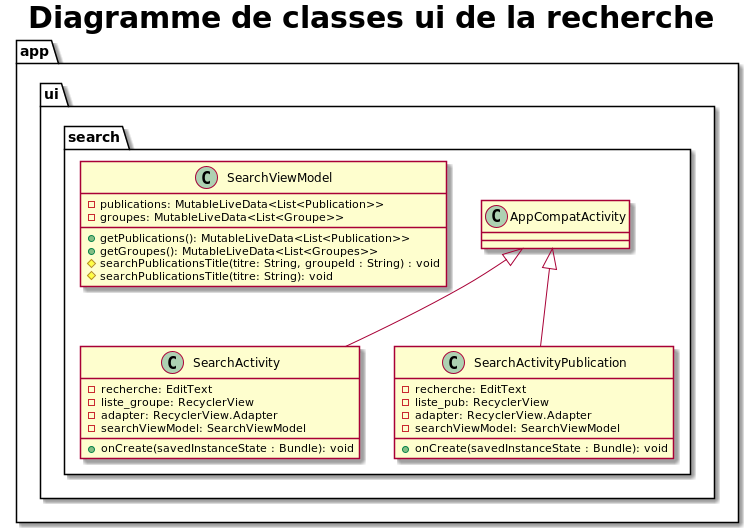
Before: app/docs/asciidoc/images/modelui.png, a diagram exported from PlantUML (SefkanTas/Sonofy).
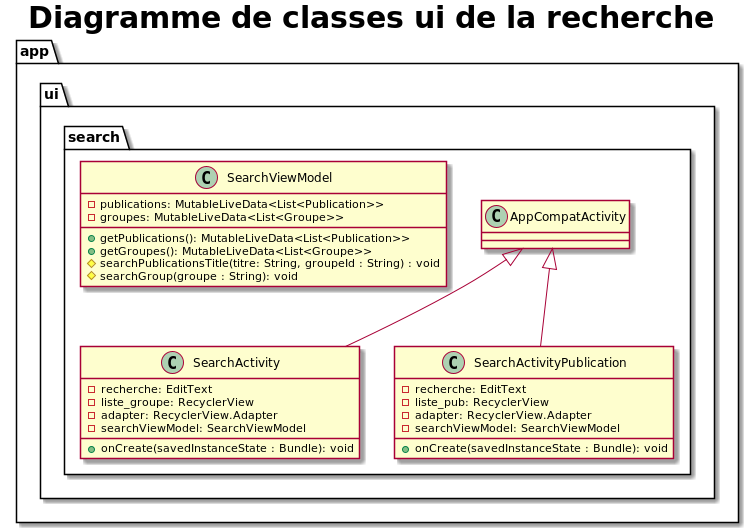
The same diagram one commit later.

The edit, as a diff of the source:
```diff
@@ -29,9 +29,9 @@
               - publications: MutableLiveData<List<Publication>>
               - groupes: MutableLiveData<List<Groupe>>
               + getPublications(): MutableLiveData<List<Publication>>
-              + getGroupes(): MutableLiveData<List<Groupes>>
+              + getGroupes(): MutableLiveData<List<Groupe>>
               # searchPublicationsTitle(titre: String, groupeId : String) : void
-              # searchPublicationsTitle(titre: String): void
+              # searchGroup(groupe : String): void
         }
        }
     }
```
